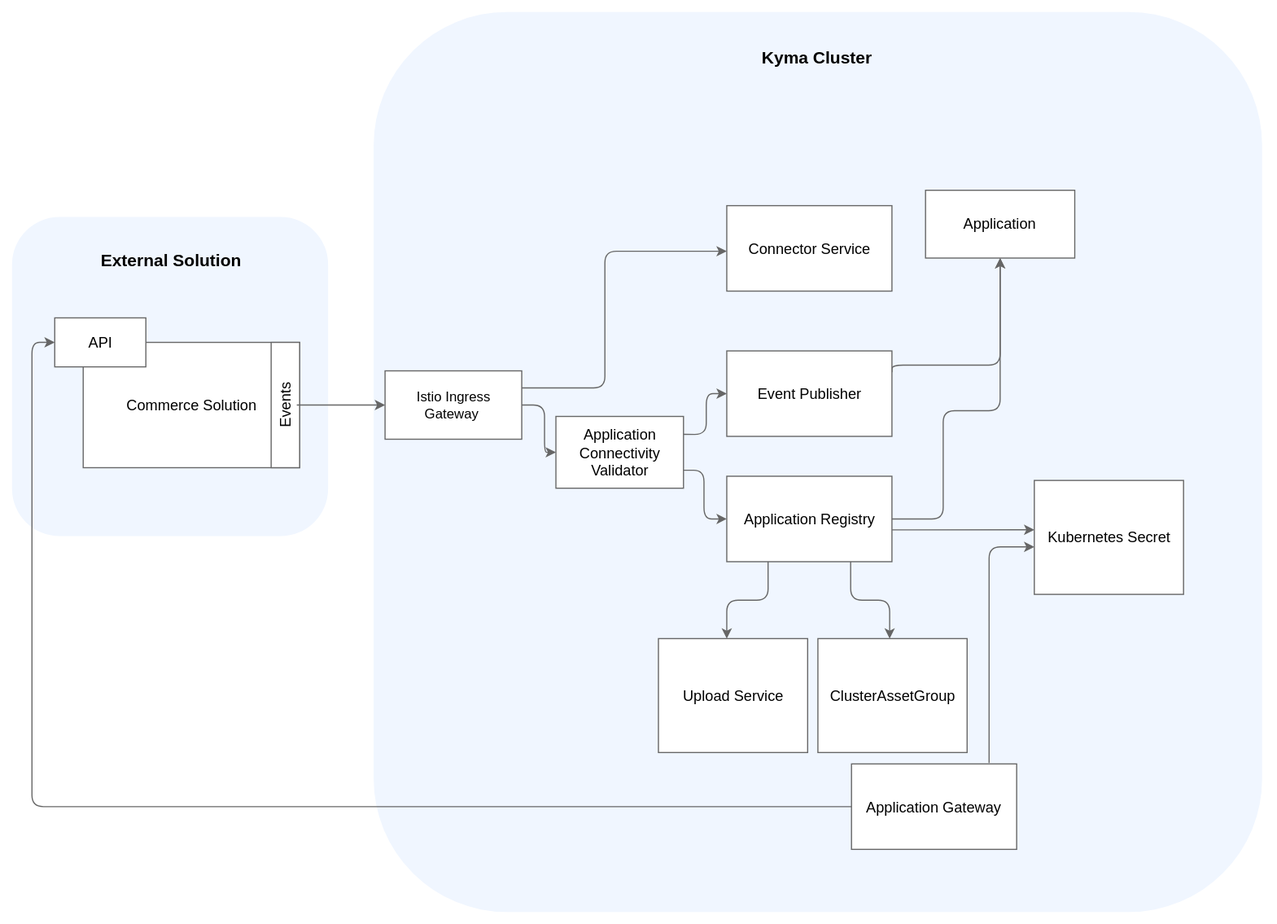
Before: docs/05-technical-reference/00-architecture/assets/ac-application-connector-architecture.svg, a diagram exported from draw.io (kyma-project/kyma). Source tidied: cells renumbered, new cells last; positions are measured from the earlier drawing's top-left corner, leaving out a move shared by most shapes.
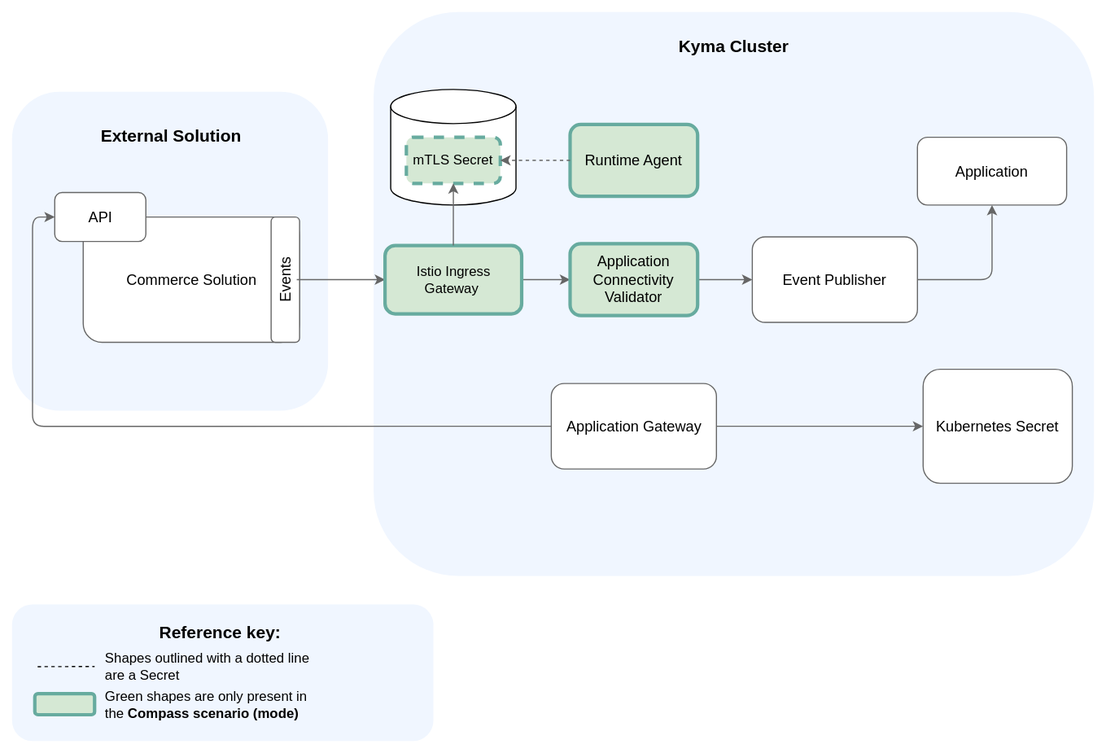
After the commit.

The edit, as a diff of the source:
```diff
@@ -3,24 +3,24 @@
     <mxCell id="0" />
     <mxCell id="1" parent="0" />
     <mxCell id="2" style="rounded=0;whiteSpace=wrap;html=1;labelBackgroundColor=none;fontSize=13;strokeWidth=1;fillColor=#ffffff;gradientColor=none;align=right;strokeColor=none;" parent="1" vertex="1">
-      <mxGeometry width="1120" height="810" as="geometry" />
+      <mxGeometry y="110" width="970" height="660" as="geometry" />
     </mxCell>
     <mxCell id="3" style="rounded=1;whiteSpace=wrap;html=1;strokeColor=none;fillColor=#F0F6FF;" parent="1" vertex="1">
-      <mxGeometry x="327.5" y="10" width="780" height="790" as="geometry" />
+      <mxGeometry x="327.5" y="120" width="632.5" height="495" as="geometry" />
     </mxCell>
     <mxCell id="4" style="rounded=1;whiteSpace=wrap;html=1;strokeColor=none;fillColor=#F0F6FF;" parent="1" vertex="1">
       <mxGeometry x="10" y="190" width="277.5" height="280" as="geometry" />
     </mxCell>
     <mxCell id="5" value="&lt;font style=&quot;font-size: 15px&quot;&gt;&lt;b&gt;Kyma Cluster&lt;/b&gt;&lt;/font&gt;" style="text;html=1;strokeColor=none;fillColor=none;align=center;verticalAlign=middle;whiteSpace=wrap;rounded=0;" parent="1" vertex="1">
-      <mxGeometry x="612" y="40" width="210" height="20" as="geometry" />
+      <mxGeometry x="538.8" y="140" width="210" height="20" as="geometry" />
     </mxCell>
     <mxCell id="6" value="&lt;font style=&quot;font-size: 15px&quot;&gt;&lt;b&gt;External Solution&lt;/b&gt;&lt;/font&gt;" style="text;html=1;strokeColor=none;fillColor=none;align=center;verticalAlign=middle;whiteSpace=wrap;rounded=0;" parent="1" vertex="1">
       <mxGeometry x="15" y="217.5" width="270" height="20" as="geometry" />
     </mxCell>
-    <mxCell id="7" value="&lt;span style=&quot;font-size: 13px&quot;&gt;Commerce Solution&lt;/span&gt;&lt;br&gt;" style="rounded=0;whiteSpace=wrap;html=1;strokeWidth=1;fillColor=#ffffff;strokeColor=#666666;" parent="1" vertex="1">
+    <mxCell id="7" value="&lt;span style=&quot;font-size: 13px&quot;&gt;Commerce Solution&lt;/span&gt;&lt;br&gt;" style="rounded=1;whiteSpace=wrap;html=1;strokeWidth=1;fillColor=#ffffff;strokeColor=#666666;" parent="1" vertex="1">
       <mxGeometry x="72.5" y="300" width="190" height="110" as="geometry" />
     </mxCell>
-    <mxCell id="8" style="rounded=0;whiteSpace=wrap;html=1;strokeWidth=1;fillColor=#ffffff;strokeColor=#666666;" parent="1" vertex="1">
+    <mxCell id="8" style="rounded=1;whiteSpace=wrap;html=1;strokeWidth=1;fillColor=#ffffff;strokeColor=#666666;" parent="1" vertex="1">
       <mxGeometry x="237.5" y="300" width="25" height="110" as="geometry" />
     </mxCell>
     <mxCell id="9" style="edgeStyle=orthogonalEdgeStyle;rounded=1;html=1;exitX=0.5;exitY=1;exitDx=0;exitDy=0;entryX=0;entryY=0.5;entryDx=0;entryDy=0;jettySize=auto;strokeColor=#666666;" parent="1" edge="1" source="10" target="17">
@@ -29,109 +29,89 @@
     <mxCell id="10" value="&lt;font style=&quot;font-size: 13px&quot;&gt;Events&lt;br&gt;&lt;/font&gt;" style="text;html=1;strokeColor=none;fillColor=none;align=center;verticalAlign=middle;whiteSpace=wrap;rounded=0;rotation=-90;" parent="1" vertex="1">
       <mxGeometry x="230" y="345" width="40" height="20" as="geometry" />
     </mxCell>
-    <mxCell id="11" style="edgeStyle=orthogonalEdgeStyle;rounded=1;comic=0;html=1;jettySize=auto;entryX=0;entryY=0.5;exitX=1;exitY=0.25;exitDx=0;exitDy=0;strokeColor=#666666;" parent="1" edge="1" source="28" target="13">
+    <mxCell id="11" style="edgeStyle=orthogonalEdgeStyle;rounded=1;comic=0;html=1;jettySize=auto;entryX=0;entryY=0.5;exitX=1;exitY=0.5;exitDx=0;exitDy=0;strokeColor=#666666;" parent="1" edge="1" source="28" target="13">
       <mxGeometry relative="1" as="geometry" />
     </mxCell>
-    <mxCell id="12" style="edgeStyle=orthogonalEdgeStyle;rounded=1;comic=0;html=1;exitX=1;exitY=0.25;jettySize=auto;entryX=0.5;entryY=1;entryDx=0;entryDy=0;entryPerimeter=0;strokeColor=#666666;" parent="1" edge="1" source="13" target="32">
+    <mxCell id="12" style="edgeStyle=orthogonalEdgeStyle;rounded=1;comic=0;html=1;exitX=1;exitY=0.5;jettySize=auto;entryX=0.5;entryY=1;entryDx=0;entryDy=0;entryPerimeter=0;strokeColor=#666666;exitDx=0;exitDy=0;" parent="1" edge="1" source="13" target="32">
       <mxGeometry relative="1" as="geometry">
         <Array as="points">
-          <mxPoint x="782.5" y="320" />
-          <mxPoint x="877.5" y="320" />
+          <mxPoint x="871" y="355" />
         </Array>
       </mxGeometry>
     </mxCell>
-    <mxCell id="13" value="&lt;font style=&quot;font-size: 13px&quot;&gt;Event Publisher&lt;/font&gt;" style="rounded=0;whiteSpace=wrap;html=1;strokeWidth=1;fillColor=#ffffff;strokeColor=#666666;" parent="1" vertex="1">
-      <mxGeometry x="637.5" y="307.5" width="145" height="75" as="geometry" />
+    <mxCell id="13" value="&lt;font style=&quot;font-size: 13px&quot;&gt;Event Publisher&lt;/font&gt;" style="rounded=1;whiteSpace=wrap;html=1;strokeWidth=1;fillColor=#ffffff;strokeColor=#666666;" parent="1" vertex="1">
+      <mxGeometry x="660" y="317.5" width="145" height="75" as="geometry" />
     </mxCell>
-    <mxCell id="14" style="edgeStyle=orthogonalEdgeStyle;rounded=1;comic=0;html=1;exitX=1;exitY=0.25;jettySize=auto;strokeColor=#666666;" parent="1" edge="1" source="17">
-      <mxGeometry relative="1" as="geometry">
-        <mxPoint x="637.5" y="220" as="targetPoint" />
-        <Array as="points">
-          <mxPoint x="530.5" y="340" />
-          <mxPoint x="530.5" y="220" />
-          <mxPoint x="637.5" y="220" />
-        </Array>
-      </mxGeometry>
-    </mxCell>
-    <mxCell id="15" value="&lt;font style=&quot;font-size: 13px&quot;&gt;Connector Service&lt;br&gt;&lt;/font&gt;" style="rounded=0;whiteSpace=wrap;html=1;strokeWidth=1;fillColor=#ffffff;strokeColor=#666666;" parent="1" vertex="1">
-      <mxGeometry x="637.5" y="180" width="145" height="75" as="geometry" />
-    </mxCell>
     <mxCell id="16" style="edgeStyle=orthogonalEdgeStyle;rounded=1;jettySize=auto;html=1;exitX=1;exitY=0.5;exitDx=0;exitDy=0;entryX=0;entryY=0.5;entryDx=0;entryDy=0;strokeColor=#666666;" parent="1" edge="1" source="17" target="28">
       <mxGeometry relative="1" as="geometry" />
     </mxCell>
-    <mxCell id="17" value="Istio Ingress Gateway&amp;nbsp;&lt;br&gt;" style="rounded=0;whiteSpace=wrap;html=1;strokeWidth=1;fillColor=#ffffff;strokeColor=#666666;" parent="1" vertex="1">
+    <mxCell id="17" value="Istio Ingress Gateway&amp;nbsp;&lt;br&gt;" style="rounded=1;whiteSpace=wrap;html=1;strokeWidth=3;fillColor=#D5E8D4;strokeColor=#67AB9F;" parent="1" vertex="1">
       <mxGeometry x="337.5" y="325" width="120" height="60" as="geometry" />
     </mxCell>
-    <mxCell id="18" value="&lt;font style=&quot;font-size: 13px&quot;&gt;API&lt;/font&gt;" style="rounded=0;whiteSpace=wrap;html=1;strokeWidth=1;fillColor=#ffffff;strokeColor=#666666;" parent="1" vertex="1">
+    <mxCell id="18" value="&lt;font style=&quot;font-size: 13px&quot;&gt;API&lt;/font&gt;" style="rounded=1;whiteSpace=wrap;html=1;strokeWidth=1;fillColor=#ffffff;strokeColor=#666666;" parent="1" vertex="1">
       <mxGeometry x="47.5" y="278.5" width="80" height="43" as="geometry" />
     </mxCell>
-    <mxCell id="19" style="edgeStyle=orthogonalEdgeStyle;rounded=1;comic=0;html=1;entryX=0;entryY=0.5;jettySize=auto;exitX=1;exitY=0.75;exitDx=0;exitDy=0;strokeColor=#666666;" parent="1" edge="1" source="28" target="22">
-      <mxGeometry relative="1" as="geometry">
-        <Array as="points">
-          <mxPoint x="617.5" y="412" />
-          <mxPoint x="617.5" y="455" />
-        </Array>
-      </mxGeometry>
-    </mxCell>
-    <mxCell id="20" style="edgeStyle=orthogonalEdgeStyle;rounded=1;comic=0;html=1;exitX=1;exitY=0.5;jettySize=auto;startArrow=none;entryX=0.5;entryY=1;entryDx=0;entryDy=0;entryPerimeter=0;exitDx=0;exitDy=0;strokeColor=#666666;" parent="1" edge="1" source="22" target="32">
-      <mxGeometry relative="1" as="geometry">
-        <Array as="points">
-          <mxPoint x="827.5" y="455" />
-          <mxPoint x="827.5" y="360" />
-          <mxPoint x="877.5" y="360" />
-        </Array>
-      </mxGeometry>
-    </mxCell>
-    <mxCell id="21" style="edgeStyle=orthogonalEdgeStyle;rounded=1;comic=0;html=1;entryX=0;entryY=0.25;jettySize=auto;entryDx=0;entryDy=0;strokeColor=#666666;exitX=1.001;exitY=0.628;exitDx=0;exitDy=0;exitPerimeter=0;" parent="1" edge="1" source="22">
-      <mxGeometry relative="1" as="geometry">
-        <mxPoint x="907.5" y="464.5" as="targetPoint" />
-        <Array as="points">
-          <mxPoint x="787.5" y="464" />
-          <mxPoint x="787.5" y="464" />
-        </Array>
-      </mxGeometry>
-    </mxCell>
-    <mxCell id="22" value="&lt;font style=&quot;font-size: 13px&quot;&gt;Application Registry&lt;/font&gt;" style="rounded=0;whiteSpace=wrap;html=1;strokeWidth=1;fillColor=#ffffff;strokeColor=#666666;" parent="1" vertex="1">
-      <mxGeometry x="637.5" y="417.5" width="145" height="75" as="geometry" />
-    </mxCell>
-    <mxCell id="23" style="edgeStyle=orthogonalEdgeStyle;rounded=1;comic=0;html=1;exitX=0.833;exitY=-0.011;entryX=0;entryY=0.5;jettySize=auto;exitDx=0;exitDy=0;exitPerimeter=0;strokeColor=#666666;" parent="1" edge="1" source="25">
-      <mxGeometry relative="1" as="geometry">
-        <mxPoint x="907.5" y="479.5" as="targetPoint" />
-        <Array as="points">
-          <mxPoint x="867.5" y="480" />
-        </Array>
-      </mxGeometry>
+    <mxCell id="23" style="edgeStyle=orthogonalEdgeStyle;rounded=1;comic=0;html=1;exitX=1;exitY=0.5;entryX=0;entryY=0.5;jettySize=auto;exitDx=0;exitDy=0;strokeColor=#666666;entryDx=0;entryDy=0;" parent="1" edge="1" source="25" target="29">
+      <mxGeometry relative="1" as="geometry" />
     </mxCell>
     <mxCell id="24" style="edgeStyle=orthogonalEdgeStyle;rounded=1;comic=0;html=1;exitX=0;exitY=0.5;entryX=0;entryY=0.5;jettySize=auto;strokeColor=#666666;" parent="1" edge="1" source="25" target="18">
-      <mxGeometry relative="1" as="geometry" />
+      <mxGeometry relative="1" as="geometry">
+        <Array as="points">
+          <mxPoint x="28" y="484" />
+          <mxPoint x="28" y="300" />
+        </Array>
+      </mxGeometry>
     </mxCell>
-    <mxCell id="25" value="&lt;font style=&quot;font-size: 13px&quot;&gt;Application Gateway&lt;/font&gt;" style="rounded=0;whiteSpace=wrap;html=1;strokeWidth=1;fillColor=#ffffff;strokeColor=#666666;" parent="1" vertex="1">
-      <mxGeometry x="747" y="670" width="145" height="75" as="geometry" />
+    <mxCell id="25" value="&lt;font style=&quot;font-size: 13px&quot;&gt;Application Gateway&lt;/font&gt;" style="rounded=1;whiteSpace=wrap;html=1;strokeWidth=1;fillColor=#ffffff;strokeColor=#666666;" parent="1" vertex="1">
+      <mxGeometry x="483.5" y="446.2" width="145" height="75" as="geometry" />
     </mxCell>
-    <mxCell id="26" style="edgeStyle=orthogonalEdgeStyle;rounded=1;comic=0;html=1;exitX=0.75;exitY=1;entryX=0.5;entryY=0;jettySize=auto;exitDx=0;exitDy=0;entryDx=0;entryDy=0;strokeColor=#666666;" parent="1" edge="1" source="22">
-      <mxGeometry relative="1" as="geometry">
-        <mxPoint x="780.5" y="560" as="targetPoint" />
-      </mxGeometry>
-    </mxCell>
-    <mxCell id="27" style="edgeStyle=orthogonalEdgeStyle;rounded=1;comic=0;html=1;jettySize=auto;exitX=0.25;exitY=1;exitDx=0;exitDy=0;strokeColor=#666666;" parent="1" edge="1" source="22">
-      <mxGeometry relative="1" as="geometry">
-        <mxPoint x="637.5" y="560" as="targetPoint" />
-      </mxGeometry>
-    </mxCell>
-    <mxCell id="28" value="&lt;font style=&quot;font-size: 13px&quot;&gt;Application Connectivity Validator&lt;br&gt;&lt;/font&gt;" style="rounded=0;whiteSpace=wrap;html=1;strokeWidth=1;fillColor=#ffffff;strokeColor=#666666;" parent="1" vertex="1">
-      <mxGeometry x="487.5" y="365" width="112" height="63" as="geometry" />
+    <mxCell id="28" value="&lt;font style=&quot;font-size: 13px&quot;&gt;Application Connectivity Validator&lt;br&gt;&lt;/font&gt;" style="rounded=1;whiteSpace=wrap;html=1;strokeWidth=3;fillColor=#D5E8D4;strokeColor=#67AB9F;" parent="1" vertex="1">
+      <mxGeometry x="500" y="323.5" width="112" height="63" as="geometry" />
     </mxCell>
-    <mxCell id="29" value="&lt;font style=&quot;font-size: 13px&quot;&gt;Kubernetes Secret&lt;br&gt;&lt;/font&gt;" style="whiteSpace=wrap;html=1;backgroundOutline=1;darkOpacity=0.05;strokeColor=#666666;" parent="1" vertex="1">
-      <mxGeometry x="907.5" y="421.2" width="131" height="100" as="geometry" />
+    <mxCell id="29" value="&lt;font style=&quot;font-size: 13px&quot;&gt;Kubernetes Secret&lt;br&gt;&lt;/font&gt;" style="whiteSpace=wrap;html=1;backgroundOutline=1;darkOpacity=0.05;strokeColor=#666666;rounded=1;" parent="1" vertex="1">
+      <mxGeometry x="810" y="433.7" width="131" height="100" as="geometry" />
     </mxCell>
-    <mxCell id="30" value="&lt;font style=&quot;font-size: 13px&quot;&gt;Upload Service&lt;/font&gt;" style="whiteSpace=wrap;html=1;backgroundOutline=1;darkOpacity=0.05;strokeColor=#666666;" parent="1" vertex="1">
-      <mxGeometry x="577.5" y="560" width="131" height="100" as="geometry" />
-    </mxCell>
-    <mxCell id="31" value="&lt;font style=&quot;font-size: 13px&quot;&gt;ClusterAssetGroup&lt;br&gt;&lt;/font&gt;" style="whiteSpace=wrap;html=1;backgroundOutline=1;darkOpacity=0.05;strokeColor=#666666;" parent="1" vertex="1">
-      <mxGeometry x="717.5" y="560" width="131" height="100" as="geometry" />
-    </mxCell>
-    <mxCell id="32" value="&lt;font style=&quot;font-size: 13px&quot;&gt;Application&lt;br&gt;&lt;/font&gt;" style="whiteSpace=wrap;html=1;backgroundOutline=1;darkOpacity=0.05;strokeColor=#666666;" parent="1" vertex="1">
-      <mxGeometry x="812" y="166.5" width="131" height="59.5" as="geometry" />
+    <mxCell id="32" value="&lt;font style=&quot;font-size: 13px&quot;&gt;Application&lt;br&gt;&lt;/font&gt;" style="whiteSpace=wrap;html=1;backgroundOutline=1;darkOpacity=0.05;strokeColor=#666666;rounded=1;" parent="1" vertex="1">
+      <mxGeometry x="805" y="230" width="131" height="59.5" as="geometry" />
     </mxCell>
+    <mxCell id="33" style="shape=cylinder3;whiteSpace=wrap;html=1;boundedLbl=1;backgroundOutline=1;size=15;rounded=1;" parent="1" vertex="1">
+      <mxGeometry x="342.5" y="188" width="110" height="101.5" as="geometry" />
+    </mxCell>
+    <mxCell id="34" value="mTLS Secret" style="rounded=1;whiteSpace=wrap;html=1;strokeWidth=3;fillColor=#D5E8D4;strokeColor=#67AB9F;dashed=1;" parent="1" vertex="1">
+      <mxGeometry x="356.2" y="230" width="82.5" height="40.5" as="geometry" />
+    </mxCell>
+    <mxCell id="35" style="edgeStyle=orthogonalEdgeStyle;rounded=1;jettySize=auto;html=1;exitX=0.5;exitY=0;exitDx=0;exitDy=0;entryX=0.5;entryY=1;entryDx=0;entryDy=0;strokeColor=#666666;" parent="1" edge="1" source="17" target="34">
+      <mxGeometry relative="1" as="geometry" />
+    </mxCell>
+    <mxCell id="36" value="&lt;font style=&quot;font-size: 13px&quot;&gt;Runtime Agent&lt;br&gt;&lt;/font&gt;" style="rounded=1;whiteSpace=wrap;html=1;strokeWidth=3;fillColor=#D5E8D4;strokeColor=#67AB9F;" parent="1" vertex="1">
+      <mxGeometry x="500" y="218.8" width="112" height="63" as="geometry" />
+    </mxCell>
+    <mxCell id="37" style="edgeStyle=orthogonalEdgeStyle;rounded=1;comic=0;html=1;jettySize=auto;entryX=1;entryY=0.5;exitX=0;exitY=0.5;exitDx=0;exitDy=0;strokeColor=#666666;entryDx=0;entryDy=0;dashed=1;" parent="1" edge="1" source="36" target="34">
+      <mxGeometry relative="1" as="geometry" />
+    </mxCell>
+    <mxCell id="38" style="group;" parent="1" vertex="1">
+      <mxGeometry x="10" y="640" width="370" height="120" as="geometry" />
+    </mxCell>
+    <mxCell id="39" style="rounded=1;whiteSpace=wrap;html=1;strokeColor=none;fillColor=#F0F6FF;" parent="38" vertex="1">
+      <mxGeometry width="370" height="120" as="geometry" />
+    </mxCell>
+    <mxCell id="40" value="&lt;font style=&quot;font-size: 15px&quot;&gt;&lt;b&gt;Reference key:&lt;/b&gt;&lt;/font&gt;" style="text;html=1;strokeColor=none;fillColor=none;align=center;verticalAlign=middle;whiteSpace=wrap;rounded=0;" parent="38" vertex="1">
+      <mxGeometry x="3.3" y="12" width="360" height="24" as="geometry" />
+    </mxCell>
+    <mxCell id="41" value="Green shapes are only present in the &lt;b&gt;Compass scenario (mode)&lt;/b&gt;" style="text;html=1;strokeColor=none;fillColor=none;align=left;verticalAlign=middle;whiteSpace=wrap;rounded=0;" parent="38" vertex="1">
+      <mxGeometry x="80" y="73.8" width="190" height="27.7" as="geometry" />
+    </mxCell>
+    <mxCell id="42" style="rounded=1;whiteSpace=wrap;html=1;strokeWidth=3;fillColor=#D5E8D4;strokeColor=#67AB9F;" parent="38" vertex="1">
+      <mxGeometry x="20" y="78.5" width="52.5" height="18.5" as="geometry" />
+    </mxCell>
+    <mxCell id="43" value="Shapes outlined with a dotted line are a Secret" style="text;html=1;strokeColor=none;fillColor=none;align=left;verticalAlign=middle;whiteSpace=wrap;rounded=0;" parent="38" vertex="1">
+      <mxGeometry x="80" y="41" width="190" height="27.7" as="geometry" />
+    </mxCell>
+    <mxCell id="44" style="endArrow=none;dashed=1;html=1;rounded=0;" parent="38" edge="1">
+      <mxGeometry relative="1" as="geometry">
+        <mxPoint x="22.5" y="54.7" as="sourcePoint" />
+        <mxPoint x="72.5" y="54.6" as="targetPoint" />
+      </mxGeometry>
+    </mxCell>
   </root>
 </mxGraphModel>
```
